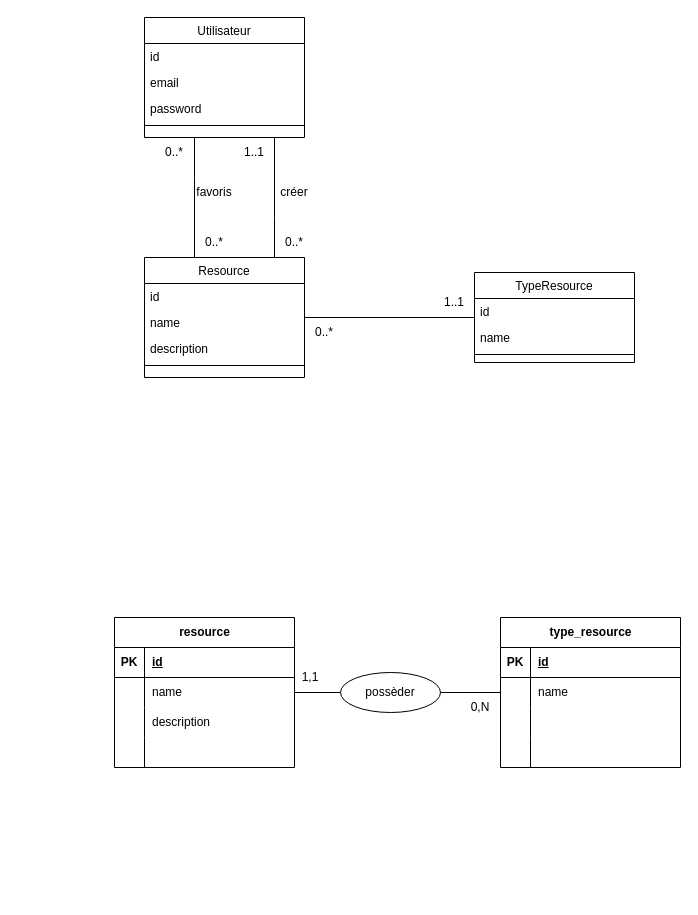
Above: Diagramme-de-classe.drawio in fbansept/rh_cesi_26 (draw.io), before the change. Source tidied: cells renumbered, new cells numbered last; positions are measured from the earlier drawing's top-left corner, leaving out a move shared by most shapes. Both pictures are drawn from the tidied source at 100%, with x=0, y=0 at pixel (114, 17).
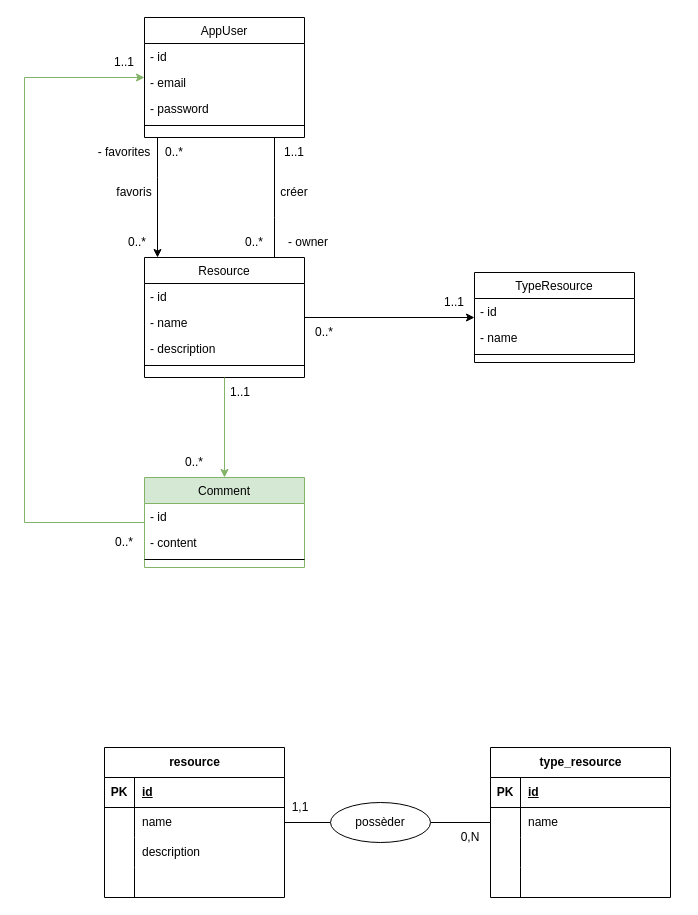
The same page after the edit.

Unchanged cells that the change refers to:
```xml
<mxCell id="3" value="Resource" style="swimlane;fontStyle=0;align=center;verticalAlign=top;horizontal=1;startSize=26;rounded=0;shadow=0;strokeWidth=1;" parent="1" vertex="1">
  <mxGeometry x="30" y="240" width="160" height="120" as="geometry" />
</mxCell>
<mxCell id="8" value="TypeResource" style="swimlane;fontStyle=0;align=center;verticalAlign=top;horizontal=1;startSize=26;rounded=0;shadow=0;strokeWidth=1;" parent="1" vertex="1">
  <mxGeometry x="360" y="255" width="160" height="90" as="geometry" />
</mxCell>
```

Change to the diagram source:
```diff
@@
-    <mxCell id="2" style="edgeStyle=orthogonalEdgeStyle;rounded=0;jettySize=auto;html=1;endArrow=none;endFill=0;" parent="1" edge="1" source="3" target="8">
+    <mxCell id="2" style="edgeStyle=orthogonalEdgeStyle;rounded=0;jettySize=auto;html=1;endArrow=classic;endFill=1;" parent="1" edge="1" source="3" target="8">
       <mxGeometry relative="1" as="geometry" />
     </mxCell>
@@
-    <mxCell id="4" value="id" style="text;align=left;verticalAlign=top;spacingLeft=4;spacingRight=4;overflow=hidden;" parent="3" vertex="1">
+    <mxCell id="4" value="- id" style="text;align=left;verticalAlign=top;spacingLeft=4;spacingRight=4;overflow=hidden;" parent="3" vertex="1">
       <mxGeometry y="26" width="160" height="26" as="geometry" />
     </mxCell>
-    <mxCell id="5" value="name" style="text;align=left;verticalAlign=top;spacingLeft=4;spacingRight=4;overflow=hidden;rounded=0;shadow=0;html=0;" parent="3" vertex="1">
+    <mxCell id="5" value="- name" style="text;align=left;verticalAlign=top;spacingLeft=4;spacingRight=4;overflow=hidden;rounded=0;shadow=0;html=0;" parent="3" vertex="1">
       <mxGeometry y="52" width="160" height="26" as="geometry" />
     </mxCell>
-    <mxCell id="6" value="description" style="text;align=left;verticalAlign=top;spacingLeft=4;spacingRight=4;overflow=hidden;rounded=0;shadow=0;html=0;" parent="3" vertex="1">
+    <mxCell id="6" value="- description" style="text;align=left;verticalAlign=top;spacingLeft=4;spacingRight=4;overflow=hidden;rounded=0;shadow=0;html=0;" parent="3" vertex="1">
       <mxGeometry y="78" width="160" height="26" as="geometry" />
     </mxCell>
@@
-    <mxCell id="9" value="id" style="text;align=left;verticalAlign=top;spacingLeft=4;spacingRight=4;overflow=hidden;" parent="8" vertex="1">
+    <mxCell id="9" value="- id" style="text;align=left;verticalAlign=top;spacingLeft=4;spacingRight=4;overflow=hidden;" parent="8" vertex="1">
       <mxGeometry y="26" width="160" height="26" as="geometry" />
     </mxCell>
-    <mxCell id="10" value="name" style="text;align=left;verticalAlign=top;spacingLeft=4;spacingRight=4;overflow=hidden;rounded=0;shadow=0;html=0;" parent="8" vertex="1">
+    <mxCell id="10" value="- name" style="text;align=left;verticalAlign=top;spacingLeft=4;spacingRight=4;overflow=hidden;rounded=0;shadow=0;html=0;" parent="8" vertex="1">
       <mxGeometry y="52" width="160" height="26" as="geometry" />
     </mxCell>
@@
     <mxCell id="14" value="resource" style="shape=table;startSize=30;childLayout=tableLayout;rowLines=0;fontStyle=1;align=center;html=1;" parent="1" vertex="1">
-      <mxGeometry y="600" width="180" height="150" as="geometry" />
+      <mxGeometry x="-10" y="730" width="180" height="150" as="geometry" />
     </mxCell>
@@
     <mxCell id="27" value="type_resource" style="shape=table;startSize=30;childLayout=tableLayout;rowLines=0;fontStyle=1;align=center;html=1;" parent="1" vertex="1">
-      <mxGeometry x="386" y="600" width="180" height="150" as="geometry" />
+      <mxGeometry x="376" y="730" width="180" height="150" as="geometry" />
     </mxCell>
@@
     <mxCell id="42" value="possèder" style="ellipse;whiteSpace=wrap;html=1;align=center;" parent="1" vertex="1">
-      <mxGeometry x="226" y="655" width="100" height="40" as="geometry" />
+      <mxGeometry x="216" y="785" width="100" height="40" as="geometry" />
     </mxCell>
     <mxCell id="43" value="1,1" style="text;html=1;whiteSpace=wrap;strokeColor=none;fillColor=none;align=center;verticalAlign=middle;rounded=0;" parent="1" vertex="1">
-      <mxGeometry x="166" y="645" width="60" height="30" as="geometry" />
+      <mxGeometry x="156" y="775" width="60" height="30" as="geometry" />
     </mxCell>
     <mxCell id="44" value="0,N" style="text;html=1;whiteSpace=wrap;strokeColor=none;fillColor=none;align=center;verticalAlign=middle;rounded=0;" parent="1" vertex="1">
-      <mxGeometry x="336" y="675" width="60" height="30" as="geometry" />
+      <mxGeometry x="326" y="805" width="60" height="30" as="geometry" />
     </mxCell>
-    <mxCell id="45" style="edgeStyle=orthogonalEdgeStyle;rounded=0;jettySize=auto;html=1;endArrow=none;endFill=0;" parent="1" edge="1" source="47" target="3">
+    <mxCell id="45" style="edgeStyle=orthogonalEdgeStyle;rounded=0;orthogonalLoop=1;jettySize=auto;html=1;endArrow=classic;endFill=1;" parent="1" edge="1">
       <mxGeometry relative="1" as="geometry">
+        <mxPoint x="43" y="120" as="sourcePoint" />
+        <mxPoint x="43" y="240" as="targetPoint" />
         <Array as="points">
-          <mxPoint x="80" y="160" />
-          <mxPoint x="80" y="160" />
+          <mxPoint x="43" y="160" />
+          <mxPoint x="43" y="160" />
         </Array>
       </mxGeometry>
     </mxCell>
@@
-    <mxCell id="47" value="Utilisateur" style="swimlane;fontStyle=0;align=center;verticalAlign=top;horizontal=1;startSize=26;rounded=0;shadow=0;strokeWidth=1;" parent="1" vertex="1">
+    <mxCell id="47" value="AppUser" style="swimlane;fontStyle=0;align=center;verticalAlign=top;horizontal=1;startSize=26;rounded=0;shadow=0;strokeWidth=1;" parent="1" vertex="1">
       <mxGeometry x="30" width="160" height="120" as="geometry" />
     </mxCell>
-    <mxCell id="48" value="id" style="text;align=left;verticalAlign=top;spacingLeft=4;spacingRight=4;overflow=hidden;" parent="47" vertex="1">
+    <mxCell id="48" value="- id" style="text;align=left;verticalAlign=top;spacingLeft=4;spacingRight=4;overflow=hidden;" parent="47" vertex="1">
       <mxGeometry y="26" width="160" height="26" as="geometry" />
     </mxCell>
-    <mxCell id="49" value="email    " style="text;align=left;verticalAlign=top;spacingLeft=4;spacingRight=4;overflow=hidden;rounded=0;shadow=0;html=0;" parent="47" vertex="1">
+    <mxCell id="49" value="- email    " style="text;align=left;verticalAlign=top;spacingLeft=4;spacingRight=4;overflow=hidden;rounded=0;shadow=0;html=0;" parent="47" vertex="1">
       <mxGeometry y="52" width="160" height="26" as="geometry" />
     </mxCell>
-    <mxCell id="50" value="password" style="text;align=left;verticalAlign=top;spacingLeft=4;spacingRight=4;overflow=hidden;rounded=0;shadow=0;html=0;" parent="47" vertex="1">
+    <mxCell id="50" value="- password" style="text;align=left;verticalAlign=top;spacingLeft=4;spacingRight=4;overflow=hidden;rounded=0;shadow=0;html=0;" parent="47" vertex="1">
       <mxGeometry y="78" width="160" height="26" as="geometry" />
     </mxCell>
@@
     <mxCell id="52" value="favoris" style="text;html=1;whiteSpace=wrap;strokeColor=none;fillColor=none;align=center;verticalAlign=middle;rounded=0;" parent="1" vertex="1">
-      <mxGeometry x="70" y="160" width="60" height="30" as="geometry" />
+      <mxGeometry x="-10" y="160" width="60" height="30" as="geometry" />
     </mxCell>
     <mxCell id="53" value="0..*" style="text;html=1;whiteSpace=wrap;strokeColor=none;fillColor=none;align=center;verticalAlign=middle;rounded=0;" parent="1" vertex="1">
-      <mxGeometry x="70" y="210" width="60" height="30" as="geometry" />
+      <mxGeometry x="-7" y="210" width="60" height="30" as="geometry" />
     </mxCell>
@@
     <mxCell id="55" value="0..*" style="text;html=1;whiteSpace=wrap;strokeColor=none;fillColor=none;align=center;verticalAlign=middle;rounded=0;" parent="1" vertex="1">
-      <mxGeometry x="150" y="210" width="60" height="30" as="geometry" />
+      <mxGeometry x="110" y="210" width="60" height="30" as="geometry" />
     </mxCell>
     <mxCell id="56" value="1..1" style="text;html=1;whiteSpace=wrap;strokeColor=none;fillColor=none;align=center;verticalAlign=middle;rounded=0;" parent="1" vertex="1">
-      <mxGeometry x="110" y="120" width="60" height="30" as="geometry" />
+      <mxGeometry x="150" y="120" width="60" height="30" as="geometry" />
     </mxCell>
@@
+    <mxCell id="58" value="- owner" style="text;html=1;whiteSpace=wrap;strokeColor=none;fillColor=none;align=center;verticalAlign=middle;rounded=0;" parent="1" vertex="1">
+      <mxGeometry x="164" y="210" width="60" height="30" as="geometry" />
+    </mxCell>
+    <mxCell id="59" value="- favorites" style="text;html=1;whiteSpace=wrap;strokeColor=none;fillColor=none;align=center;verticalAlign=middle;rounded=0;" parent="1" vertex="1">
+      <mxGeometry x="-20" y="120" width="60" height="30" as="geometry" />
+    </mxCell>
+    <mxCell id="60" style="edgeStyle=orthogonalEdgeStyle;rounded=0;jettySize=auto;html=1;endArrow=none;endFill=0;startArrow=classic;startFill=1;fillColor=#d5e8d4;strokeColor=#82b366;" parent="1" edge="1" source="62" target="3">
+      <mxGeometry relative="1" as="geometry" />
+    </mxCell>
+    <mxCell id="61" style="edgeStyle=orthogonalEdgeStyle;rounded=0;jettySize=auto;html=1;fillColor=#d5e8d4;strokeColor=#82b366;" parent="1" edge="1" source="62" target="47">
+      <mxGeometry relative="1" as="geometry">
+        <Array as="points">
+          <mxPoint x="-90" y="505" />
+          <mxPoint x="-90" y="60" />
+        </Array>
+      </mxGeometry>
+    </mxCell>
+    <mxCell id="62" value="Comment" style="swimlane;fontStyle=0;align=center;verticalAlign=top;horizontal=1;startSize=26;rounded=0;shadow=0;strokeWidth=1;fillColor=#d5e8d4;strokeColor=#82b366;" parent="1" vertex="1">
+      <mxGeometry x="30" y="460" width="160" height="90" as="geometry" />
+    </mxCell>
+    <mxCell id="63" value="- id" style="text;align=left;verticalAlign=top;spacingLeft=4;spacingRight=4;overflow=hidden;" parent="62" vertex="1">
+      <mxGeometry y="26" width="160" height="26" as="geometry" />
+    </mxCell>
+    <mxCell id="64" value="- content" style="text;align=left;verticalAlign=top;spacingLeft=4;spacingRight=4;overflow=hidden;rounded=0;shadow=0;html=0;" parent="62" vertex="1">
+      <mxGeometry y="52" width="160" height="26" as="geometry" />
+    </mxCell>
+    <mxCell id="65" style="line;html=1;strokeWidth=1;align=left;verticalAlign=middle;spacingTop=-1;spacingLeft=3;spacingRight=3;labelPosition=right;" parent="62" vertex="1">
+      <mxGeometry y="78" width="160" height="8" as="geometry" />
+    </mxCell>
+    <mxCell id="66" value="1..1" style="text;html=1;whiteSpace=wrap;strokeColor=none;fillColor=none;align=center;verticalAlign=middle;rounded=0;" parent="1" vertex="1">
+      <mxGeometry x="96" y="360" width="60" height="30" as="geometry" />
+    </mxCell>
+    <mxCell id="67" value="0..*" style="text;html=1;whiteSpace=wrap;strokeColor=none;fillColor=none;align=center;verticalAlign=middle;rounded=0;" parent="1" vertex="1">
+      <mxGeometry x="50" y="430" width="60" height="30" as="geometry" />
+    </mxCell>
+    <mxCell id="68" value="1..1" style="text;html=1;whiteSpace=wrap;strokeColor=none;fillColor=none;align=center;verticalAlign=middle;rounded=0;" parent="1" vertex="1">
+      <mxGeometry x="-20" y="30" width="60" height="30" as="geometry" />
+    </mxCell>
+    <mxCell id="69" value="0..*" style="text;html=1;whiteSpace=wrap;strokeColor=none;fillColor=none;align=center;verticalAlign=middle;rounded=0;" parent="1" vertex="1">
+      <mxGeometry x="-20" y="510" width="60" height="30" as="geometry" />
+    </mxCell>
```
